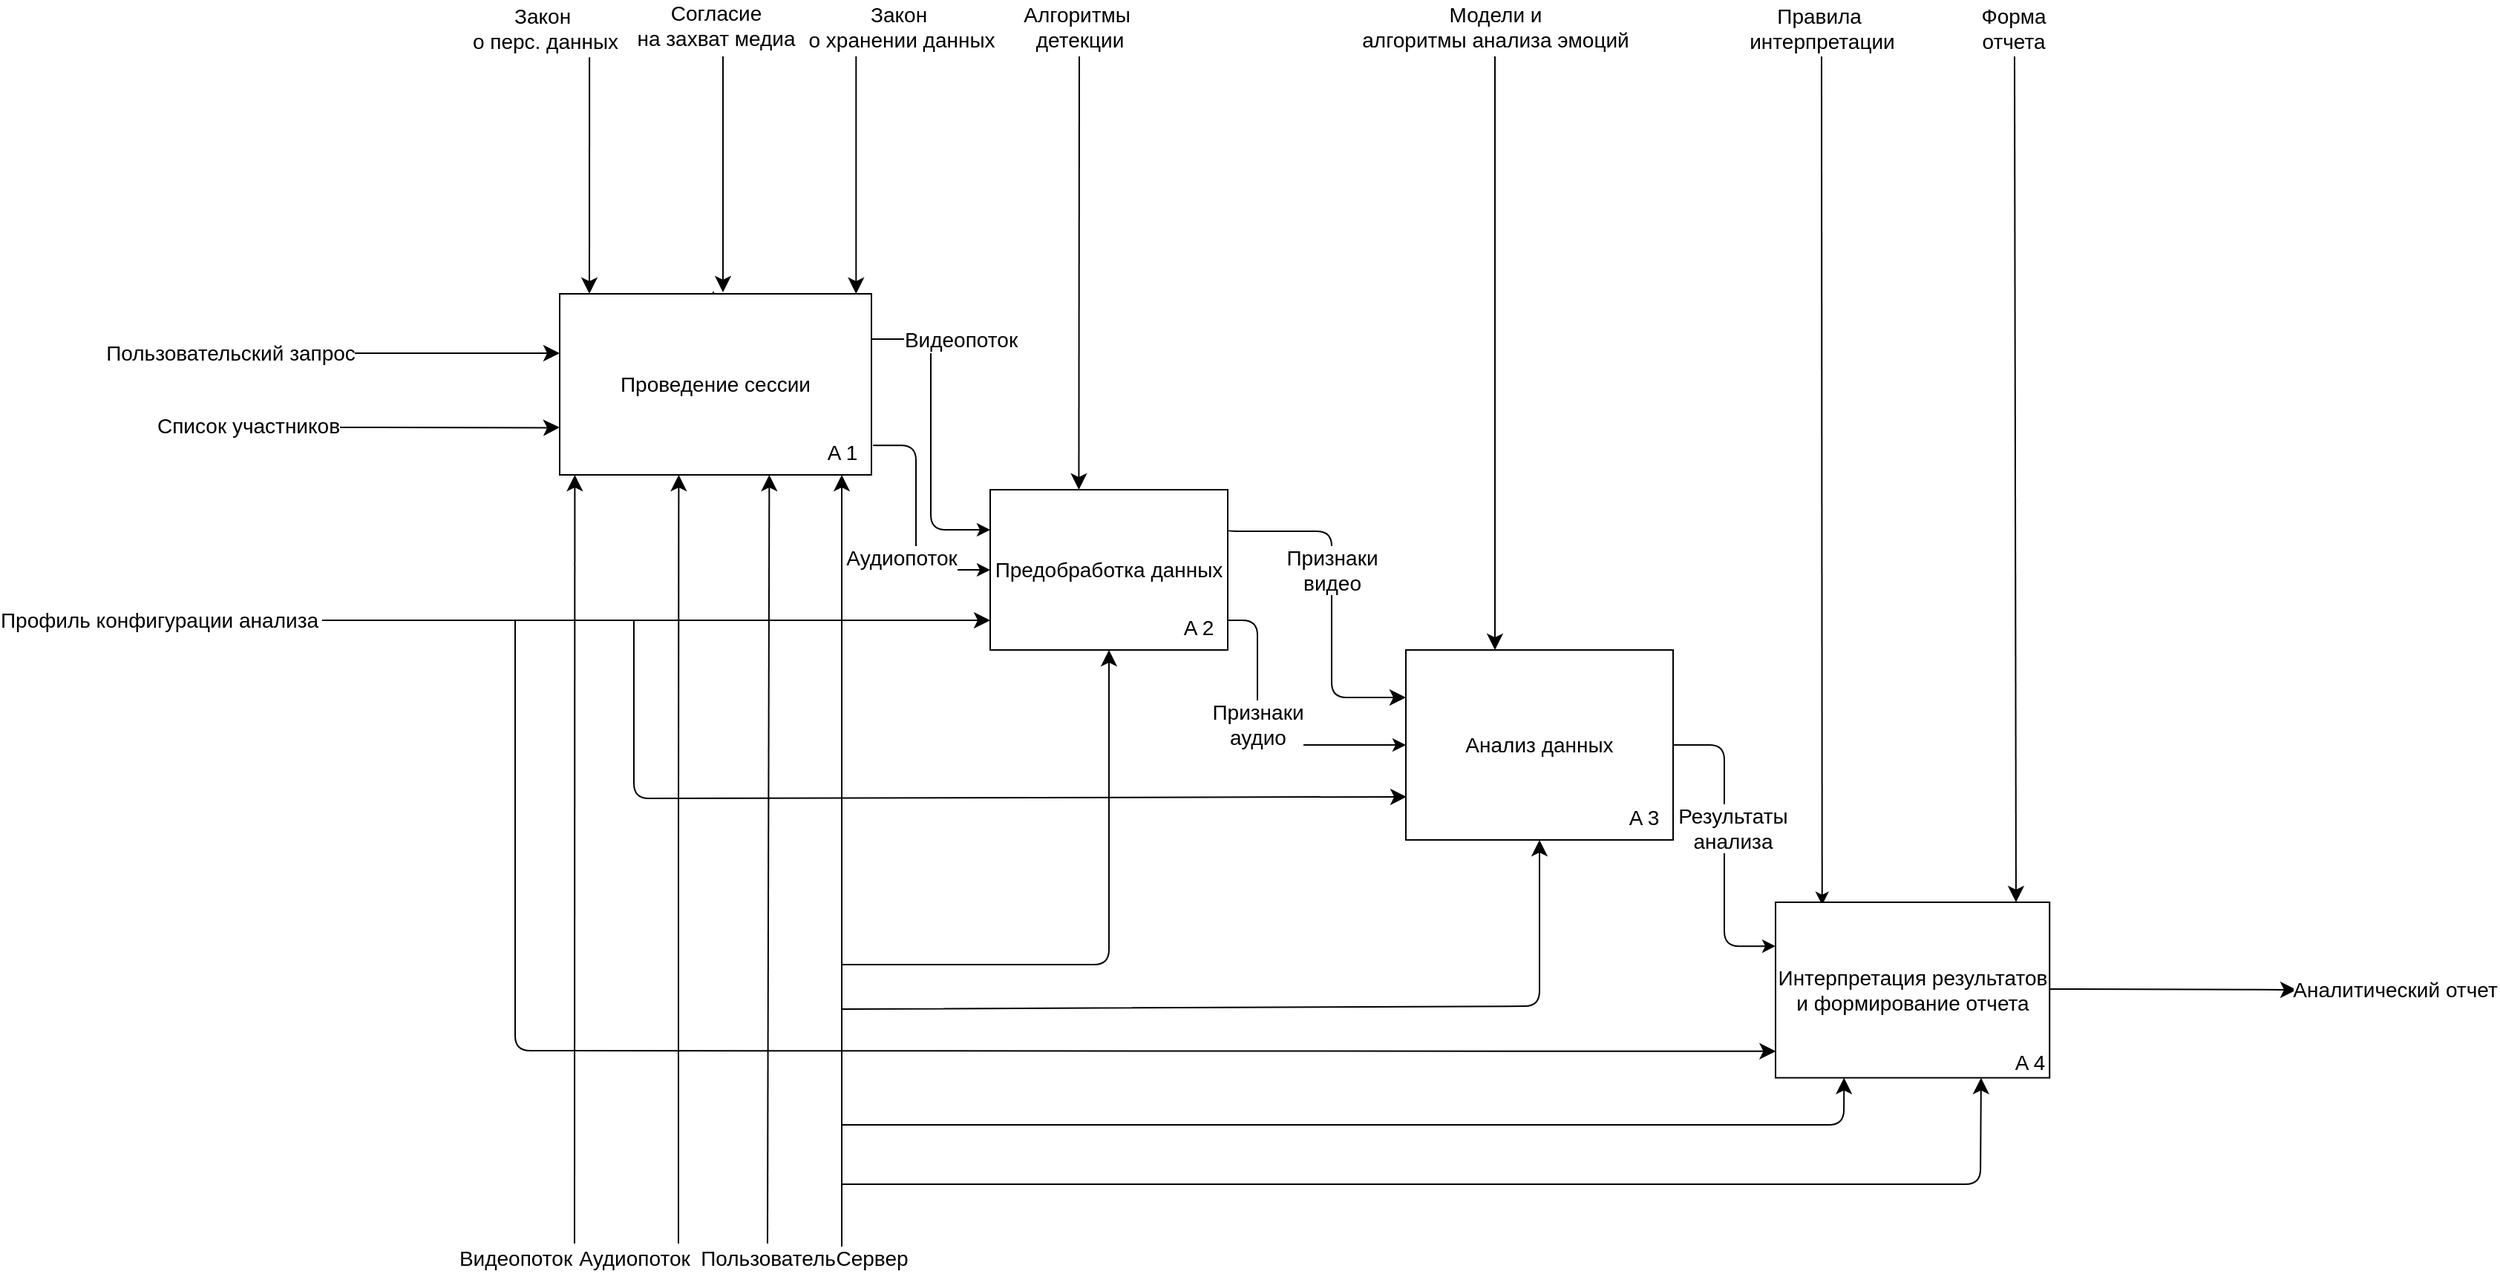
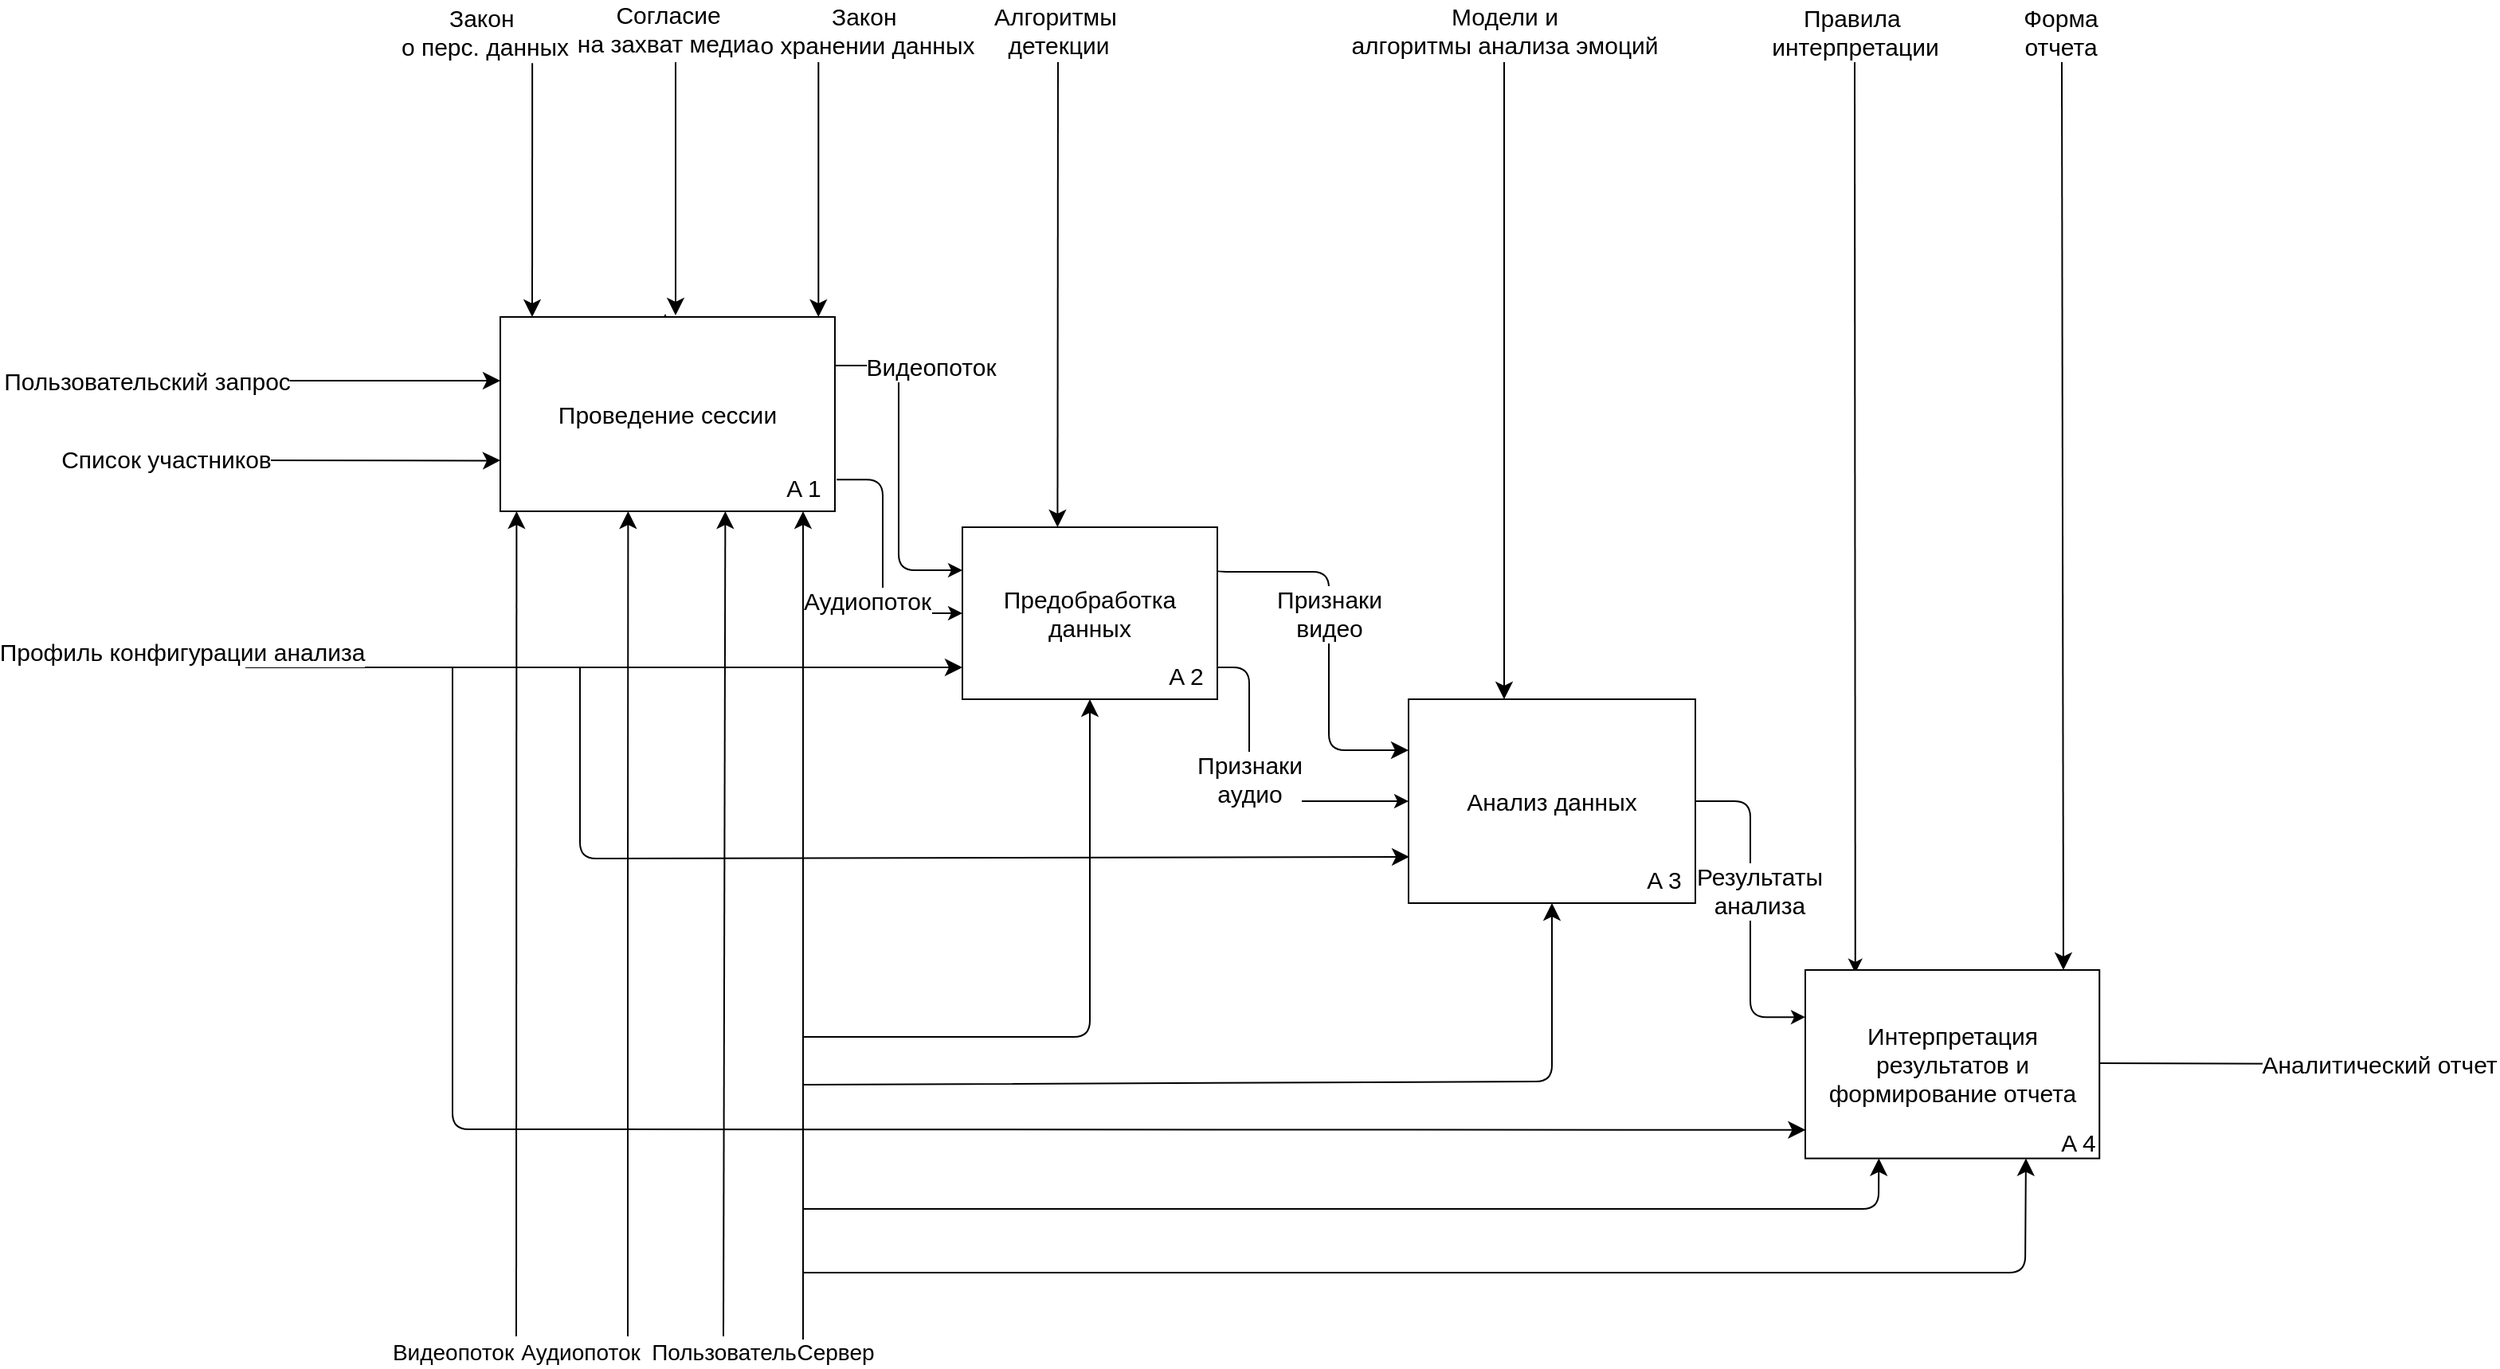
<mxfile host="Electron" agent="Mozilla/5.0 (Windows NT 10.0; Win64; x64) AppleWebKit/537.36 (KHTML, like Gecko) draw.io/26.1.1 Chrome/132.0.6834.210 Electron/34.3.3 Safari/537.36" version="26.1.1">
  <diagram name="Страница — 1" id="sfJU7rO1eh5xjK_bOhpz">
-     <mxGraphModel dx="2093" dy="1710" grid="1" gridSize="10" guides="1" tooltips="1" connect="1" arrows="1" fold="1" page="1" pageScale="1" pageWidth="1169" pageHeight="827" background="none" math="0" shadow="0">
+     <mxGraphModel dx="3684" dy="2016" grid="1" gridSize="10" guides="1" tooltips="1" connect="1" arrows="1" fold="1" page="1" pageScale="1" pageWidth="1169" pageHeight="827" background="none" math="0" shadow="0">
      <root>
        <mxCell id="0" />
        <mxCell id="1" parent="0" />
-         <mxCell id="QJgxYdJG31bt_WDNX99F-14" value="" style="endArrow=classic;html=1;rounded=1;fontSize=14;startSize=8;endSize=8;curved=0;entryX=0.25;entryY=1;entryDx=0;entryDy=0;" parent="1" target="Yid5siqUeThbqoJiRsRe-4" edge="1">
+         <mxCell id="QJgxYdJG31bt_WDNX99F-14" value="" style="endArrow=classic;html=1;rounded=1;fontSize=13;startSize=8;endSize=8;curved=0;entryX=0.25;entryY=1;entryDx=0;entryDy=0;" parent="1" target="Yid5siqUeThbqoJiRsRe-4" edge="1">
          <mxGeometry width="50" height="50" relative="1" as="geometry">
            <Array as="points">
              <mxPoint x="1015" y="720" />
            </Array>
            <mxPoint x="340" y="720" as="sourcePoint" />
            <mxPoint x="870" y="540" as="targetPoint" />
          </mxGeometry>
        </mxCell>
-         <mxCell id="7suAvj7ZXvHprjDaOKCh-16" value="&lt;div&gt;Видеопоток&lt;/div&gt;" style="rounded=1;orthogonalLoop=1;jettySize=auto;html=1;entryX=0;entryY=0.25;entryDx=0;entryDy=0;exitX=1;exitY=0.25;exitDx=0;exitDy=0;edgeStyle=orthogonalEdgeStyle;curved=0;fontSize=14;" parent="1" source="Yid5siqUeThbqoJiRsRe-1" target="Yid5siqUeThbqoJiRsRe-2" edge="1">
+         <mxCell id="7suAvj7ZXvHprjDaOKCh-16" value="&lt;div&gt;Видеопоток&lt;/div&gt;" style="rounded=1;orthogonalLoop=1;jettySize=auto;html=1;entryX=0;entryY=0.25;entryDx=0;entryDy=0;exitX=1;exitY=0.25;exitDx=0;exitDy=0;edgeStyle=orthogonalEdgeStyle;curved=0;fontSize=15;" parent="1" source="Yid5siqUeThbqoJiRsRe-1" target="Yid5siqUeThbqoJiRsRe-2" edge="1">
          <mxGeometry x="-0.4074" y="30" relative="1" as="geometry">
            <mxPoint x="-10" y="-22" as="offset" />
            <mxPoint x="350" y="453.99" as="sourcePoint" />
          </mxGeometry>
        </mxCell>
-         <mxCell id="Yid5siqUeThbqoJiRsRe-13" value="Признаки&lt;div&gt;видео&lt;/div&gt;" style="edgeStyle=orthogonalEdgeStyle;rounded=1;orthogonalLoop=1;jettySize=auto;html=1;fontSize=14;startSize=8;endSize=8;entryX=0;entryY=0.25;entryDx=0;entryDy=0;curved=0;exitX=1;exitY=0.25;exitDx=0;exitDy=0;" parent="1" source="Yid5siqUeThbqoJiRsRe-2" target="Yid5siqUeThbqoJiRsRe-3" edge="1">
+         <mxCell id="Yid5siqUeThbqoJiRsRe-13" value="Признаки&lt;div&gt;видео&lt;/div&gt;" style="edgeStyle=orthogonalEdgeStyle;rounded=1;orthogonalLoop=1;jettySize=auto;html=1;fontSize=15;startSize=8;endSize=8;entryX=0;entryY=0.25;entryDx=0;entryDy=0;curved=0;exitX=1;exitY=0.25;exitDx=0;exitDy=0;" parent="1" source="Yid5siqUeThbqoJiRsRe-2" target="Yid5siqUeThbqoJiRsRe-3" edge="1">
          <mxGeometry x="-0.1675" relative="1" as="geometry">
            <mxPoint as="offset" />
            <Array as="points">
              <mxPoint x="600" y="320" />
              <mxPoint x="670" y="320" />
              <mxPoint x="670" y="432" />
            </Array>
            <mxPoint x="645" y="322" as="targetPoint" />
          </mxGeometry>
        </mxCell>
-         <mxCell id="7suAvj7ZXvHprjDaOKCh-17" value="&lt;div&gt;&lt;br&gt;&lt;/div&gt;&lt;div&gt;&lt;br&gt;&lt;/div&gt;" style="edgeLabel;html=1;align=center;verticalAlign=middle;resizable=0;points=[];fontSize=14;" parent="Yid5siqUeThbqoJiRsRe-13" connectable="0" vertex="1">
+         <mxCell id="7suAvj7ZXvHprjDaOKCh-17" value="&lt;div&gt;&lt;br&gt;&lt;/div&gt;&lt;div&gt;&lt;br&gt;&lt;/div&gt;" style="edgeLabel;html=1;align=center;verticalAlign=middle;resizable=0;points=[];fontSize=15;" parent="Yid5siqUeThbqoJiRsRe-13" connectable="0" vertex="1">
          <mxGeometry x="-0.5652" y="3" relative="1" as="geometry">
            <mxPoint as="offset" />
          </mxGeometry>
        </mxCell>
-         <mxCell id="iEiikB1BtihOXbAwp5xS-29" style="edgeStyle=orthogonalEdgeStyle;rounded=1;orthogonalLoop=1;jettySize=auto;html=1;entryX=0;entryY=0.5;entryDx=0;entryDy=0;curved=0;fontSize=14;" parent="1" source="Yid5siqUeThbqoJiRsRe-2" target="Yid5siqUeThbqoJiRsRe-3" edge="1">
+         <mxCell id="iEiikB1BtihOXbAwp5xS-29" style="edgeStyle=orthogonalEdgeStyle;rounded=1;orthogonalLoop=1;jettySize=auto;html=1;entryX=0;entryY=0.5;entryDx=0;entryDy=0;curved=0;fontSize=15;" parent="1" source="Yid5siqUeThbqoJiRsRe-2" target="Yid5siqUeThbqoJiRsRe-3" edge="1">
          <mxGeometry relative="1" as="geometry">
            <Array as="points">
              <mxPoint x="620" y="380" />
              <mxPoint x="620" y="464" />
            </Array>
          </mxGeometry>
        </mxCell>
-         <mxCell id="iEiikB1BtihOXbAwp5xS-30" value="Признаки&lt;div&gt;аудио&lt;/div&gt;" style="edgeLabel;html=1;align=center;verticalAlign=middle;resizable=0;points=[];fontSize=14;" parent="iEiikB1BtihOXbAwp5xS-29" connectable="0" vertex="1">
+         <mxCell id="iEiikB1BtihOXbAwp5xS-30" value="Признаки&lt;div&gt;аудио&lt;/div&gt;" style="edgeLabel;html=1;align=center;verticalAlign=middle;resizable=0;points=[];fontSize=15;" parent="iEiikB1BtihOXbAwp5xS-29" connectable="0" vertex="1">
          <mxGeometry x="-0.1429" y="-1" relative="1" as="geometry">
            <mxPoint x="1" y="2" as="offset" />
          </mxGeometry>
        </mxCell>
-         <mxCell id="Yid5siqUeThbqoJiRsRe-2" value="Предобработка данных" style="rounded=0;whiteSpace=wrap;html=1;fontSize=14;" parent="1" vertex="1">
+         <mxCell id="Yid5siqUeThbqoJiRsRe-2" value="Предобработка данных" style="rounded=0;whiteSpace=wrap;html=1;fontSize=15;" parent="1" vertex="1">
          <mxGeometry x="440" y="292" width="160" height="108" as="geometry" />
        </mxCell>
-         <mxCell id="RPZVLaWEsbQdXPQ-d9ub-1" value="&lt;font&gt;Результаты&lt;/font&gt;&lt;div&gt;&lt;font&gt;анализа&lt;/font&gt;&lt;/div&gt;" style="edgeStyle=orthogonalEdgeStyle;rounded=1;orthogonalLoop=1;jettySize=auto;html=1;entryX=0;entryY=0.25;entryDx=0;entryDy=0;curved=0;fontSize=14;exitX=1;exitY=0.5;exitDx=0;exitDy=0;" parent="1" source="Yid5siqUeThbqoJiRsRe-3" target="Yid5siqUeThbqoJiRsRe-4" edge="1">
+         <mxCell id="RPZVLaWEsbQdXPQ-d9ub-1" value="&lt;font&gt;Результаты&lt;/font&gt;&lt;div&gt;&lt;font&gt;анализа&lt;/font&gt;&lt;/div&gt;" style="edgeStyle=orthogonalEdgeStyle;rounded=1;orthogonalLoop=1;jettySize=auto;html=1;entryX=0;entryY=0.25;entryDx=0;entryDy=0;curved=0;fontSize=15;exitX=1;exitY=0.5;exitDx=0;exitDy=0;" parent="1" source="Yid5siqUeThbqoJiRsRe-3" target="Yid5siqUeThbqoJiRsRe-4" edge="1">
          <mxGeometry x="-0.1155" y="5" relative="1" as="geometry">
            <mxPoint as="offset" />
            <mxPoint x="880" y="510" as="sourcePoint" />
          </mxGeometry>
        </mxCell>
-         <mxCell id="iEiikB1BtihOXbAwp5xS-12" style="rounded=1;orthogonalLoop=1;jettySize=auto;html=1;entryX=0.17;entryY=0.016;entryDx=0;entryDy=0;entryPerimeter=0;fontSize=14;" parent="1" target="Yid5siqUeThbqoJiRsRe-4" edge="1">
+         <mxCell id="iEiikB1BtihOXbAwp5xS-12" style="rounded=1;orthogonalLoop=1;jettySize=auto;html=1;entryX=0.17;entryY=0.016;entryDx=0;entryDy=0;entryPerimeter=0;fontSize=15;" parent="1" target="Yid5siqUeThbqoJiRsRe-4" edge="1">
          <mxGeometry relative="1" as="geometry">
            <mxPoint x="1000" as="sourcePoint" />
            <mxPoint x="880" y="512" as="targetPoint" />
          </mxGeometry>
        </mxCell>
-         <mxCell id="iEiikB1BtihOXbAwp5xS-13" value="Правила&amp;nbsp;&lt;div&gt;интерпретации&lt;/div&gt;" style="edgeLabel;html=1;align=center;verticalAlign=middle;resizable=0;points=[];fontSize=14;" parent="iEiikB1BtihOXbAwp5xS-12" connectable="0" vertex="1">
+         <mxCell id="iEiikB1BtihOXbAwp5xS-13" value="Правила&amp;nbsp;&lt;div&gt;интерпретации&lt;/div&gt;" style="edgeLabel;html=1;align=center;verticalAlign=middle;resizable=0;points=[];fontSize=15;" parent="iEiikB1BtihOXbAwp5xS-12" connectable="0" vertex="1">
          <mxGeometry x="0.1583" y="-3" relative="1" as="geometry">
            <mxPoint x="3" y="-350" as="offset" />
          </mxGeometry>
        </mxCell>
-         <mxCell id="Yid5siqUeThbqoJiRsRe-3" value="Анализ данных" style="rounded=0;whiteSpace=wrap;html=1;fontSize=14;" parent="1" vertex="1">
+         <mxCell id="Yid5siqUeThbqoJiRsRe-3" value="Анализ данных" style="rounded=0;whiteSpace=wrap;html=1;fontSize=15;" parent="1" vertex="1">
          <mxGeometry x="720" y="400" width="180" height="128" as="geometry" />
        </mxCell>
-         <mxCell id="Yid5siqUeThbqoJiRsRe-20" value="" style="endArrow=classic;html=1;rounded=0;fontSize=14;startSize=8;endSize=8;entryX=0.145;entryY=1.021;entryDx=0;entryDy=0;entryPerimeter=0;" parent="1" edge="1">
+         <mxCell id="Yid5siqUeThbqoJiRsRe-20" value="" style="endArrow=classic;html=1;rounded=0;fontSize=13;startSize=8;endSize=8;entryX=0.145;entryY=1.021;entryDx=0;entryDy=0;entryPerimeter=0;" parent="1" edge="1">
          <mxGeometry width="50" height="50" relative="1" as="geometry">
            <mxPoint x="160" y="800" as="sourcePoint" />
            <mxPoint x="160.19999999999982" y="282.0019999999999" as="targetPoint" />
          </mxGeometry>
        </mxCell>
        <mxCell id="Yid5siqUeThbqoJiRsRe-21" value="&lt;div&gt;Видеопоток&lt;/div&gt;" style="edgeLabel;html=1;align=center;verticalAlign=middle;resizable=0;points=[];fontSize=14;rotation=0;" parent="Yid5siqUeThbqoJiRsRe-20" connectable="0" vertex="1">
          <mxGeometry x="-0.0971" y="-1" relative="1" as="geometry">
            <mxPoint x="-41" y="244" as="offset" />
          </mxGeometry>
        </mxCell>
-         <mxCell id="7suAvj7ZXvHprjDaOKCh-14" value="" style="endArrow=classic;html=1;rounded=0;fontSize=14;startSize=8;endSize=8;curved=1;entryX=0.75;entryY=0;entryDx=0;entryDy=0;" parent="1" edge="1">
+         <mxCell id="7suAvj7ZXvHprjDaOKCh-14" value="" style="endArrow=classic;html=1;rounded=0;fontSize=15;startSize=8;endSize=8;curved=1;entryX=0.75;entryY=0;entryDx=0;entryDy=0;" parent="1" edge="1">
          <mxGeometry width="50" height="50" relative="1" as="geometry">
            <mxPoint x="500" as="sourcePoint" />
            <mxPoint x="499.71" y="292" as="targetPoint" />
          </mxGeometry>
        </mxCell>
-         <mxCell id="7suAvj7ZXvHprjDaOKCh-15" value="&lt;div&gt;Алгоритмы&amp;nbsp;&lt;/div&gt;&lt;div&gt;детекции&lt;/div&gt;" style="edgeLabel;html=1;align=center;verticalAlign=middle;resizable=0;points=[];fontSize=14;rotation=0;" parent="7suAvj7ZXvHprjDaOKCh-14" connectable="0" vertex="1">
+         <mxCell id="7suAvj7ZXvHprjDaOKCh-15" value="&lt;div&gt;Алгоритмы&amp;nbsp;&lt;/div&gt;&lt;div&gt;детекции&lt;/div&gt;" style="edgeLabel;html=1;align=center;verticalAlign=middle;resizable=0;points=[];fontSize=15;rotation=0;" parent="7suAvj7ZXvHprjDaOKCh-14" connectable="0" vertex="1">
          <mxGeometry x="-0.0971" y="-1" relative="1" as="geometry">
            <mxPoint x="1" y="-152" as="offset" />
          </mxGeometry>
        </mxCell>
-         <mxCell id="RPZVLaWEsbQdXPQ-d9ub-2" value="" style="endArrow=classic;html=1;rounded=0;fontSize=14;startSize=8;endSize=8;curved=1;entryX=0.841;entryY=1.033;entryDx=0;entryDy=0;entryPerimeter=0;" parent="1" edge="1">
+         <mxCell id="RPZVLaWEsbQdXPQ-d9ub-2" value="" style="endArrow=classic;html=1;rounded=0;fontSize=13;startSize=8;endSize=8;curved=1;entryX=0.841;entryY=1.033;entryDx=0;entryDy=0;entryPerimeter=0;" parent="1" edge="1">
          <mxGeometry width="50" height="50" relative="1" as="geometry">
            <Array as="points">
              <mxPoint x="290.62" y="616.04" />
            </Array>
            <mxPoint x="290" y="800" as="sourcePoint" />
            <mxPoint x="291.1899999999996" y="282" as="targetPoint" />
          </mxGeometry>
        </mxCell>
        <mxCell id="RPZVLaWEsbQdXPQ-d9ub-3" value="Пользователь" style="edgeLabel;html=1;align=center;verticalAlign=middle;resizable=0;points=[];fontSize=14;rotation=0;" parent="RPZVLaWEsbQdXPQ-d9ub-2" connectable="0" vertex="1">
          <mxGeometry x="-0.0971" y="-1" relative="1" as="geometry">
            <mxPoint x="-2" y="244" as="offset" />
          </mxGeometry>
        </mxCell>
-         <mxCell id="iEiikB1BtihOXbAwp5xS-27" style="edgeStyle=orthogonalEdgeStyle;rounded=1;orthogonalLoop=1;jettySize=auto;html=1;entryX=0;entryY=0.5;entryDx=0;entryDy=0;curved=0;exitX=1.005;exitY=0.837;exitDx=0;exitDy=0;exitPerimeter=0;fontSize=14;" parent="1" source="Yid5siqUeThbqoJiRsRe-1" target="Yid5siqUeThbqoJiRsRe-2" edge="1">
+         <mxCell id="iEiikB1BtihOXbAwp5xS-27" style="edgeStyle=orthogonalEdgeStyle;rounded=1;orthogonalLoop=1;jettySize=auto;html=1;entryX=0;entryY=0.5;entryDx=0;entryDy=0;curved=0;exitX=1.005;exitY=0.837;exitDx=0;exitDy=0;exitPerimeter=0;fontSize=15;" parent="1" source="Yid5siqUeThbqoJiRsRe-1" target="Yid5siqUeThbqoJiRsRe-2" edge="1">
          <mxGeometry relative="1" as="geometry">
            <Array as="points">
              <mxPoint x="390" y="262" />
              <mxPoint x="390" y="346" />
            </Array>
          </mxGeometry>
        </mxCell>
-         <mxCell id="iEiikB1BtihOXbAwp5xS-28" value="Аудиопоток" style="edgeLabel;html=1;align=center;verticalAlign=middle;resizable=0;points=[];fontSize=14;" parent="iEiikB1BtihOXbAwp5xS-27" connectable="0" vertex="1">
+         <mxCell id="iEiikB1BtihOXbAwp5xS-28" value="Аудиопоток" style="edgeLabel;html=1;align=center;verticalAlign=middle;resizable=0;points=[];fontSize=15;" parent="iEiikB1BtihOXbAwp5xS-27" connectable="0" vertex="1">
          <mxGeometry x="0.135" relative="1" as="geometry">
            <mxPoint x="-10" y="12" as="offset" />
          </mxGeometry>
        </mxCell>
-         <mxCell id="qFXkCC1A_1py9Se5rakg-1" value="" style="endArrow=classic;html=1;rounded=0;fontSize=14;startSize=8;endSize=8;curved=1;" parent="1" edge="1">
+         <mxCell id="qFXkCC1A_1py9Se5rakg-1" value="" style="endArrow=classic;html=1;rounded=0;fontSize=15;startSize=8;endSize=8;curved=1;" parent="1" edge="1">
          <mxGeometry width="50" height="50" relative="1" as="geometry">
            <mxPoint x="780" as="sourcePoint" />
            <mxPoint x="780" y="400" as="targetPoint" />
          </mxGeometry>
        </mxCell>
-         <mxCell id="qFXkCC1A_1py9Se5rakg-2" value="Модели&amp;nbsp;&lt;span style=&quot;background-color: light-dark(#ffffff, var(--ge-dark-color, #121212)); color: light-dark(rgb(0, 0, 0), rgb(255, 255, 255));&quot;&gt;и&lt;/span&gt;&lt;div&gt;&lt;span style=&quot;background-color: light-dark(#ffffff, var(--ge-dark-color, #121212)); color: light-dark(rgb(0, 0, 0), rgb(255, 255, 255));&quot;&gt;&amp;nbsp;алгоритмы анализа эмоций&amp;nbsp;&lt;/span&gt;&lt;/div&gt;" style="edgeLabel;html=1;align=center;verticalAlign=middle;resizable=0;points=[];fontSize=14;rotation=0;" parent="qFXkCC1A_1py9Se5rakg-1" connectable="0" vertex="1">
+         <mxCell id="qFXkCC1A_1py9Se5rakg-2" value="Модели&amp;nbsp;&lt;span style=&quot;background-color: light-dark(#ffffff, var(--ge-dark-color, #121212)); color: light-dark(rgb(0, 0, 0), rgb(255, 255, 255));&quot;&gt;и&lt;/span&gt;&lt;div&gt;&lt;span style=&quot;background-color: light-dark(#ffffff, var(--ge-dark-color, #121212)); color: light-dark(rgb(0, 0, 0), rgb(255, 255, 255));&quot;&gt;&amp;nbsp;алгоритмы анализа эмоций&amp;nbsp;&lt;/span&gt;&lt;/div&gt;" style="edgeLabel;html=1;align=center;verticalAlign=middle;resizable=0;points=[];fontSize=15;rotation=0;" parent="qFXkCC1A_1py9Se5rakg-1" connectable="0" vertex="1">
          <mxGeometry x="-0.0971" y="-1" relative="1" as="geometry">
            <mxPoint x="1" y="-201" as="offset" />
          </mxGeometry>
        </mxCell>
-         <mxCell id="QJgxYdJG31bt_WDNX99F-1" value="" style="endArrow=classic;html=1;rounded=1;fontSize=14;startSize=8;endSize=8;curved=0;entryX=0.5;entryY=1;entryDx=0;entryDy=0;" parent="1" target="Yid5siqUeThbqoJiRsRe-2" edge="1">
+         <mxCell id="QJgxYdJG31bt_WDNX99F-1" value="" style="endArrow=classic;html=1;rounded=1;fontSize=15;startSize=8;endSize=8;curved=0;entryX=0.5;entryY=1;entryDx=0;entryDy=0;" parent="1" target="Yid5siqUeThbqoJiRsRe-2" edge="1">
          <mxGeometry width="50" height="50" relative="1" as="geometry">
            <Array as="points">
              <mxPoint x="520" y="612" />
            </Array>
            <mxPoint x="340" y="612" as="sourcePoint" />
            <mxPoint x="520" y="542" as="targetPoint" />
          </mxGeometry>
        </mxCell>
-         <mxCell id="QJgxYdJG31bt_WDNX99F-2" value="" style="endArrow=classic;html=1;rounded=0;fontSize=14;startSize=8;endSize=8;" parent="1" edge="1">
+         <mxCell id="QJgxYdJG31bt_WDNX99F-2" value="" style="endArrow=classic;html=1;rounded=0;fontSize=13;startSize=8;endSize=8;" parent="1" edge="1">
          <mxGeometry width="50" height="50" relative="1" as="geometry">
            <mxPoint x="340" y="802" as="sourcePoint" />
            <mxPoint x="340" y="282" as="targetPoint" />
          </mxGeometry>
        </mxCell>
        <mxCell id="QJgxYdJG31bt_WDNX99F-3" value="Сервер" style="edgeLabel;html=1;align=center;verticalAlign=middle;resizable=0;points=[];fontSize=14;rotation=0;" parent="QJgxYdJG31bt_WDNX99F-2" connectable="0" vertex="1">
          <mxGeometry x="-0.0971" y="-1" relative="1" as="geometry">
            <mxPoint x="19" y="243" as="offset" />
          </mxGeometry>
        </mxCell>
-         <mxCell id="QJgxYdJG31bt_WDNX99F-4" value="" style="endArrow=classic;html=1;rounded=1;fontSize=14;startSize=8;endSize=8;curved=0;entryX=0.5;entryY=1;entryDx=0;entryDy=0;" parent="1" target="Yid5siqUeThbqoJiRsRe-3" edge="1">
+         <mxCell id="QJgxYdJG31bt_WDNX99F-4" value="" style="endArrow=classic;html=1;rounded=1;fontSize=15;startSize=8;endSize=8;curved=0;entryX=0.5;entryY=1;entryDx=0;entryDy=0;" parent="1" target="Yid5siqUeThbqoJiRsRe-3" edge="1">
          <mxGeometry width="50" height="50" relative="1" as="geometry">
            <Array as="points">
              <mxPoint x="810" y="640" />
            </Array>
            <mxPoint x="340" y="642" as="sourcePoint" />
            <mxPoint x="650" y="643" as="targetPoint" />
          </mxGeometry>
        </mxCell>
-         <mxCell id="QJgxYdJG31bt_WDNX99F-6" value="" style="edgeStyle=none;curved=1;rounded=0;orthogonalLoop=1;jettySize=auto;html=1;fontSize=14;startSize=8;endSize=8;exitX=0.996;exitY=0.682;exitDx=0;exitDy=0;exitPerimeter=0;" parent="1" edge="1">
+         <mxCell id="QJgxYdJG31bt_WDNX99F-6" value="" style="edgeStyle=none;curved=1;rounded=0;orthogonalLoop=1;jettySize=auto;html=1;fontSize=15;startSize=8;endSize=8;exitX=0.996;exitY=0.682;exitDx=0;exitDy=0;exitPerimeter=0;" parent="1" edge="1">
          <mxGeometry relative="1" as="geometry">
            <mxPoint x="1153.62" y="628.4799999999999" as="sourcePoint" />
            <mxPoint x="1320" y="629" as="targetPoint" />
          </mxGeometry>
        </mxCell>
-         <mxCell id="QJgxYdJG31bt_WDNX99F-7" value="&lt;font&gt;Аналитический отчет&lt;/font&gt;" style="edgeLabel;html=1;align=center;verticalAlign=middle;resizable=0;points=[];fontSize=14;" parent="QJgxYdJG31bt_WDNX99F-6" connectable="0" vertex="1">
+         <mxCell id="QJgxYdJG31bt_WDNX99F-7" value="&lt;font&gt;Аналитический отчет&lt;/font&gt;" style="edgeLabel;html=1;align=center;verticalAlign=middle;resizable=0;points=[];fontSize=15;" parent="QJgxYdJG31bt_WDNX99F-6" connectable="0" vertex="1">
          <mxGeometry x="-0.1977" relative="1" as="geometry">
-             <mxPoint x="166" as="offset" />
-           </mxGeometry>
-         </mxCell>
-         <mxCell id="QJgxYdJG31bt_WDNX99F-9" value="&lt;div style=&quot;line-height: 90%;&quot;&gt;&lt;font&gt;A 2&lt;/font&gt;&lt;/div&gt;" style="text;html=1;align=center;verticalAlign=middle;resizable=0;points=[];autosize=1;strokeColor=none;fillColor=none;fontSize=14;" parent="1" vertex="1">
-           <mxGeometry x="560" y="370" width="40" height="30" as="geometry" />
-         </mxCell>
-         <mxCell id="QJgxYdJG31bt_WDNX99F-11" value="&lt;div style=&quot;line-height: 90%;&quot;&gt;&lt;font&gt;A 3&lt;/font&gt;&lt;/div&gt;" style="text;html=1;align=center;verticalAlign=middle;resizable=0;points=[];autosize=1;strokeColor=none;fillColor=none;fontSize=14;" parent="1" vertex="1">
-           <mxGeometry x="860" y="498" width="40" height="30" as="geometry" />
-         </mxCell>
-         <mxCell id="QJgxYdJG31bt_WDNX99F-13" value="" style="endArrow=classic;html=1;rounded=1;fontSize=14;startSize=8;endSize=8;curved=0;entryX=0.75;entryY=1;entryDx=0;entryDy=0;jumpStyle=none;jumpSize=14;" parent="1" target="Yid5siqUeThbqoJiRsRe-4" edge="1">
+             <mxPoint x="109" as="offset" />
+           </mxGeometry>
+         </mxCell>
+         <mxCell id="QJgxYdJG31bt_WDNX99F-9" value="&lt;div style=&quot;line-height: 90%;&quot;&gt;&lt;font&gt;A 2&lt;/font&gt;&lt;/div&gt;" style="text;html=1;align=center;verticalAlign=middle;resizable=0;points=[];autosize=1;strokeColor=none;fillColor=none;fontSize=15;" parent="1" vertex="1">
+           <mxGeometry x="555" y="370" width="50" height="30" as="geometry" />
+         </mxCell>
+         <mxCell id="QJgxYdJG31bt_WDNX99F-11" value="&lt;div style=&quot;line-height: 90%;&quot;&gt;&lt;font&gt;A 3&lt;/font&gt;&lt;/div&gt;" style="text;html=1;align=center;verticalAlign=middle;resizable=0;points=[];autosize=1;strokeColor=none;fillColor=none;fontSize=15;" parent="1" vertex="1">
+           <mxGeometry x="855" y="498" width="50" height="30" as="geometry" />
+         </mxCell>
+         <mxCell id="QJgxYdJG31bt_WDNX99F-13" value="" style="endArrow=classic;html=1;rounded=1;fontSize=13;startSize=8;endSize=8;curved=0;entryX=0.75;entryY=1;entryDx=0;entryDy=0;jumpStyle=none;jumpSize=14;" parent="1" target="Yid5siqUeThbqoJiRsRe-4" edge="1">
          <mxGeometry width="50" height="50" relative="1" as="geometry">
            <Array as="points">
              <mxPoint x="630" y="760" />
              <mxPoint x="1107" y="760" />
            </Array>
            <mxPoint x="340" y="760" as="sourcePoint" />
            <mxPoint x="340" y="282" as="targetPoint" />
          </mxGeometry>
        </mxCell>
-         <mxCell id="Q5g8zGVJZz3ApTu8SgMN-4" value="" style="endArrow=classic;html=1;rounded=0;fontSize=14;startSize=8;endSize=8;curved=1;entryX=0.832;entryY=0.007;entryDx=0;entryDy=0;entryPerimeter=0;" parent="1" edge="1">
+         <mxCell id="Q5g8zGVJZz3ApTu8SgMN-4" value="" style="endArrow=classic;html=1;rounded=0;fontSize=15;startSize=8;endSize=8;curved=1;entryX=0.832;entryY=0.007;entryDx=0;entryDy=0;entryPerimeter=0;" parent="1" edge="1">
          <mxGeometry width="50" height="50" relative="1" as="geometry">
            <Array as="points" />
            <mxPoint x="1130" as="sourcePoint" />
            <mxPoint x="1131" y="569.9999999999995" as="targetPoint" />
          </mxGeometry>
        </mxCell>
-         <mxCell id="Q5g8zGVJZz3ApTu8SgMN-5" value="&lt;div&gt;Форма&lt;/div&gt;&lt;div&gt;отчета&lt;/div&gt;" style="edgeLabel;html=1;align=center;verticalAlign=middle;resizable=0;points=[];fontSize=14;rotation=0;" parent="Q5g8zGVJZz3ApTu8SgMN-4" connectable="0" vertex="1">
+         <mxCell id="Q5g8zGVJZz3ApTu8SgMN-5" value="&lt;div&gt;Форма&lt;/div&gt;&lt;div&gt;отчета&lt;/div&gt;" style="edgeLabel;html=1;align=center;verticalAlign=middle;resizable=0;points=[];fontSize=15;rotation=0;" parent="Q5g8zGVJZz3ApTu8SgMN-4" connectable="0" vertex="1">
          <mxGeometry x="-0.0971" y="-1" relative="1" as="geometry">
            <mxPoint x="-1" y="-277" as="offset" />
          </mxGeometry>
        </mxCell>
-         <mxCell id="7NmsUvrqBEg9WYV381NQ-4" value="" style="endArrow=classic;html=1;rounded=1;fontSize=14;startSize=8;endSize=8;curved=0;entryX=0.003;entryY=0.773;entryDx=0;entryDy=0;entryPerimeter=0;" parent="1" target="Yid5siqUeThbqoJiRsRe-3" edge="1">
+         <mxCell id="7NmsUvrqBEg9WYV381NQ-4" value="" style="endArrow=classic;html=1;rounded=1;fontSize=15;startSize=8;endSize=8;curved=0;entryX=0.003;entryY=0.773;entryDx=0;entryDy=0;entryPerimeter=0;" parent="1" target="Yid5siqUeThbqoJiRsRe-3" edge="1">
          <mxGeometry width="50" height="50" relative="1" as="geometry">
            <Array as="points">
              <mxPoint x="200" y="500" />
            </Array>
            <mxPoint x="200" y="380" as="sourcePoint" />
            <mxPoint x="585" y="437.00000000000045" as="targetPoint" />
          </mxGeometry>
        </mxCell>
-         <mxCell id="7NmsUvrqBEg9WYV381NQ-6" value="" style="endArrow=classic;html=1;rounded=1;fontSize=14;startSize=8;endSize=8;curved=0;entryX=0.001;entryY=0.849;entryDx=0;entryDy=0;entryPerimeter=0;" parent="1" target="Yid5siqUeThbqoJiRsRe-4" edge="1">
+         <mxCell id="7NmsUvrqBEg9WYV381NQ-6" value="" style="endArrow=classic;html=1;rounded=1;fontSize=15;startSize=8;endSize=8;curved=0;entryX=0.001;entryY=0.849;entryDx=0;entryDy=0;entryPerimeter=0;" parent="1" target="Yid5siqUeThbqoJiRsRe-4" edge="1">
          <mxGeometry width="50" height="50" relative="1" as="geometry">
            <Array as="points">
              <mxPoint x="120" y="670" />
            </Array>
            <mxPoint x="120" y="380" as="sourcePoint" />
            <mxPoint x="811" y="557.0000000000005" as="targetPoint" />
          </mxGeometry>
        </mxCell>
-         <mxCell id="iEiikB1BtihOXbAwp5xS-24" style="edgeStyle=none;curved=1;rounded=0;orthogonalLoop=1;jettySize=auto;html=1;fontSize=14;startSize=8;endSize=8;" parent="1" edge="1">
+         <mxCell id="iEiikB1BtihOXbAwp5xS-24" style="edgeStyle=none;curved=1;rounded=0;orthogonalLoop=1;jettySize=auto;html=1;fontSize=15;startSize=8;endSize=8;" parent="1" edge="1">
          <mxGeometry relative="1" as="geometry">
            <mxPoint x="-10" y="380" as="sourcePoint" />
            <mxPoint x="440" y="380" as="targetPoint" />
          </mxGeometry>
        </mxCell>
-         <mxCell id="iEiikB1BtihOXbAwp5xS-25" value="Профиль конфигурации анализа" style="edgeLabel;html=1;align=center;verticalAlign=middle;resizable=0;points=[];fontSize=14;" parent="iEiikB1BtihOXbAwp5xS-24" connectable="0" vertex="1">
+         <mxCell id="iEiikB1BtihOXbAwp5xS-25" value="Профиль конфигурации анализа" style="edgeLabel;html=1;align=center;verticalAlign=middle;resizable=0;points=[];fontSize=15;" parent="iEiikB1BtihOXbAwp5xS-24" connectable="0" vertex="1">
          <mxGeometry x="-0.1977" relative="1" as="geometry">
-             <mxPoint x="-291" as="offset" />
-           </mxGeometry>
-         </mxCell>
-         <mxCell id="Yid5siqUeThbqoJiRsRe-4" value="Интерпретация результатов и формирование отчета" style="rounded=0;whiteSpace=wrap;html=1;fontSize=14;" parent="1" vertex="1">
+             <mxPoint x="-221" y="-10" as="offset" />
+           </mxGeometry>
+         </mxCell>
+         <mxCell id="Yid5siqUeThbqoJiRsRe-4" value="Интерпретация результатов и формирование отчета" style="rounded=0;whiteSpace=wrap;html=1;fontSize=15;" parent="1" vertex="1">
          <mxGeometry x="969" y="570" width="184.6153846153846" height="118.28571428571428" as="geometry" />
        </mxCell>
-         <mxCell id="QJgxYdJG31bt_WDNX99F-12" value="&lt;div style=&quot;line-height: 90%;&quot;&gt;&lt;font&gt;A 4&lt;/font&gt;&lt;/div&gt;" style="text;html=1;align=center;verticalAlign=middle;resizable=0;points=[];autosize=1;strokeColor=none;fillColor=none;fontSize=14;" parent="1" vertex="1">
-           <mxGeometry x="1120.0015384615388" y="663.2842857142857" width="40" height="30" as="geometry" />
-         </mxCell>
-         <mxCell id="Yf0Mh0zqRUOY2MEJyVM7-7" value="" style="endArrow=classic;html=1;rounded=0;fontSize=14;startSize=8;endSize=8;entryX=0.145;entryY=1.021;entryDx=0;entryDy=0;entryPerimeter=0;" parent="1" edge="1">
+         <mxCell id="QJgxYdJG31bt_WDNX99F-12" value="&lt;div style=&quot;line-height: 90%;&quot;&gt;&lt;font&gt;A 4&lt;/font&gt;&lt;/div&gt;" style="text;html=1;align=center;verticalAlign=middle;resizable=0;points=[];autosize=1;strokeColor=none;fillColor=none;fontSize=15;" parent="1" vertex="1">
+           <mxGeometry x="1115.0015384615388" y="663.2842857142857" width="50" height="30" as="geometry" />
+         </mxCell>
+         <mxCell id="Yf0Mh0zqRUOY2MEJyVM7-7" value="" style="endArrow=classic;html=1;rounded=0;fontSize=13;startSize=8;endSize=8;entryX=0.145;entryY=1.021;entryDx=0;entryDy=0;entryPerimeter=0;" parent="1" edge="1">
          <mxGeometry width="50" height="50" relative="1" as="geometry">
            <Array as="points">
              <mxPoint x="230" y="542" />
            </Array>
            <mxPoint x="230" y="800" as="sourcePoint" />
            <mxPoint x="230.19999999999982" y="282" as="targetPoint" />
          </mxGeometry>
        </mxCell>
        <mxCell id="Yf0Mh0zqRUOY2MEJyVM7-8" value="&lt;div&gt;Аудиопоток&lt;/div&gt;" style="edgeLabel;html=1;align=center;verticalAlign=middle;resizable=0;points=[];fontSize=14;rotation=0;" parent="Yf0Mh0zqRUOY2MEJyVM7-7" connectable="0" vertex="1">
          <mxGeometry x="-0.0971" y="-1" relative="1" as="geometry">
            <mxPoint x="-31" y="244" as="offset" />
          </mxGeometry>
        </mxCell>
-         <mxCell id="UkRVol7JUc5uUr0wyebE-6" style="edgeStyle=none;curved=1;rounded=0;orthogonalLoop=1;jettySize=auto;html=1;entryX=0;entryY=0.5;entryDx=0;entryDy=0;fontSize=14;startSize=8;endSize=8;" parent="1" source="Yid5siqUeThbqoJiRsRe-1" edge="1">
+         <mxCell id="UkRVol7JUc5uUr0wyebE-6" style="edgeStyle=none;curved=1;rounded=0;orthogonalLoop=1;jettySize=auto;html=1;entryX=0;entryY=0.5;entryDx=0;entryDy=0;fontSize=15;startSize=8;endSize=8;" parent="1" source="Yid5siqUeThbqoJiRsRe-1" edge="1">
          <mxGeometry relative="1" as="geometry">
            <mxPoint x="120" y="252" as="sourcePoint" />
            <mxPoint x="240" y="252.00000000000023" as="targetPoint" />
          </mxGeometry>
        </mxCell>
-         <mxCell id="7suAvj7ZXvHprjDaOKCh-10" value="" style="endArrow=classic;html=1;rounded=0;fontSize=14;startSize=8;endSize=8;curved=1;entryX=0.162;entryY=-0.005;entryDx=0;entryDy=0;entryPerimeter=0;" parent="1" edge="1">
+         <mxCell id="7suAvj7ZXvHprjDaOKCh-10" value="" style="endArrow=classic;html=1;rounded=0;fontSize=15;startSize=8;endSize=8;curved=1;entryX=0.162;entryY=-0.005;entryDx=0;entryDy=0;entryPerimeter=0;" parent="1" edge="1">
          <mxGeometry width="50" height="50" relative="1" as="geometry">
            <mxPoint x="170.08" y="0.61" as="sourcePoint" />
            <mxPoint x="170.00000000000009" y="159.9999999999999" as="targetPoint" />
          </mxGeometry>
        </mxCell>
-         <mxCell id="7suAvj7ZXvHprjDaOKCh-11" value="Закон&amp;nbsp;&lt;div&gt;о перс. данных&lt;/div&gt;" style="edgeLabel;html=1;align=center;verticalAlign=middle;resizable=0;points=[];fontSize=14;rotation=0;" parent="7suAvj7ZXvHprjDaOKCh-10" connectable="0" vertex="1">
+         <mxCell id="7suAvj7ZXvHprjDaOKCh-11" value="Закон&amp;nbsp;&lt;div&gt;о перс. данных&lt;/div&gt;" style="edgeLabel;html=1;align=center;verticalAlign=middle;resizable=0;points=[];fontSize=15;rotation=0;" parent="7suAvj7ZXvHprjDaOKCh-10" connectable="0" vertex="1">
          <mxGeometry x="-0.0971" y="-1" relative="1" as="geometry">
            <mxPoint x="-29" y="-92" as="offset" />
          </mxGeometry>
        </mxCell>
-         <mxCell id="7suAvj7ZXvHprjDaOKCh-12" value="" style="endArrow=classic;html=1;rounded=0;fontSize=14;startSize=8;endSize=8;curved=0;entryX=0.489;entryY=0.038;entryDx=0;entryDy=0;entryPerimeter=0;" parent="1" edge="1">
+         <mxCell id="7suAvj7ZXvHprjDaOKCh-12" value="" style="endArrow=classic;html=1;rounded=0;fontSize=15;startSize=8;endSize=8;curved=0;entryX=0.489;entryY=0.038;entryDx=0;entryDy=0;entryPerimeter=0;" parent="1" edge="1">
          <mxGeometry width="50" height="50" relative="1" as="geometry">
            <mxPoint x="349.66" as="sourcePoint" />
            <mxPoint x="349.65999999999985" y="159.99999999999974" as="targetPoint" />
          </mxGeometry>
        </mxCell>
-         <mxCell id="7suAvj7ZXvHprjDaOKCh-13" value="Закон&amp;nbsp;&lt;div&gt;о хранении данных&lt;/div&gt;" style="edgeLabel;html=1;align=center;verticalAlign=middle;resizable=0;points=[];fontSize=14;rotation=0;" parent="7suAvj7ZXvHprjDaOKCh-12" connectable="0" vertex="1">
+         <mxCell id="7suAvj7ZXvHprjDaOKCh-13" value="Закон&amp;nbsp;&lt;div&gt;о хранении данных&lt;/div&gt;" style="edgeLabel;html=1;align=center;verticalAlign=middle;resizable=0;points=[];fontSize=15;rotation=0;" parent="7suAvj7ZXvHprjDaOKCh-12" connectable="0" vertex="1">
          <mxGeometry x="-0.0971" y="-1" relative="1" as="geometry">
            <mxPoint x="31" y="-92" as="offset" />
          </mxGeometry>
        </mxCell>
-         <mxCell id="iksAVSKXa43QcUWoRBJd-1" style="edgeStyle=orthogonalEdgeStyle;rounded=0;orthogonalLoop=1;jettySize=auto;html=1;exitX=0.5;exitY=0;exitDx=0;exitDy=0;entryX=0.493;entryY=-0.016;entryDx=0;entryDy=0;entryPerimeter=0;fontSize=14;" parent="1" source="Yid5siqUeThbqoJiRsRe-1" target="Yid5siqUeThbqoJiRsRe-1" edge="1">
+         <mxCell id="iksAVSKXa43QcUWoRBJd-1" style="edgeStyle=orthogonalEdgeStyle;rounded=0;orthogonalLoop=1;jettySize=auto;html=1;exitX=0.5;exitY=0;exitDx=0;exitDy=0;entryX=0.493;entryY=-0.016;entryDx=0;entryDy=0;entryPerimeter=0;fontSize=15;" parent="1" source="Yid5siqUeThbqoJiRsRe-1" target="Yid5siqUeThbqoJiRsRe-1" edge="1">
          <mxGeometry relative="1" as="geometry" />
        </mxCell>
-         <mxCell id="iksAVSKXa43QcUWoRBJd-2" value="" style="edgeStyle=none;curved=1;rounded=0;orthogonalLoop=1;jettySize=auto;html=1;fontSize=14;startSize=8;endSize=8;" parent="1" edge="1">
+         <mxCell id="iksAVSKXa43QcUWoRBJd-2" value="" style="edgeStyle=none;curved=1;rounded=0;orthogonalLoop=1;jettySize=auto;html=1;fontSize=15;startSize=8;endSize=8;" parent="1" edge="1">
          <mxGeometry relative="1" as="geometry">
            <Array as="points">
              <mxPoint x="141.8" y="250.20000000000005" />
            </Array>
            <mxPoint y="250" as="sourcePoint" />
            <mxPoint x="150" y="250" as="targetPoint" />
          </mxGeometry>
        </mxCell>
-         <mxCell id="iksAVSKXa43QcUWoRBJd-3" value="&lt;font&gt;Список участников&lt;/font&gt;" style="edgeLabel;html=1;align=center;verticalAlign=middle;resizable=0;points=[];fontSize=14;" parent="iksAVSKXa43QcUWoRBJd-2" connectable="0" vertex="1">
+         <mxCell id="iksAVSKXa43QcUWoRBJd-3" value="&lt;font&gt;Список участников&lt;/font&gt;" style="edgeLabel;html=1;align=center;verticalAlign=middle;resizable=0;points=[];fontSize=15;" parent="iksAVSKXa43QcUWoRBJd-2" connectable="0" vertex="1">
          <mxGeometry x="-0.1977" relative="1" as="geometry">
            <mxPoint x="-120" y="-1" as="offset" />
          </mxGeometry>
        </mxCell>
-         <mxCell id="Yid5siqUeThbqoJiRsRe-1" value="Проведение сессии" style="rounded=0;whiteSpace=wrap;html=1;fontSize=14;" parent="1" vertex="1">
+         <mxCell id="Yid5siqUeThbqoJiRsRe-1" value="Проведение сессии" style="rounded=0;whiteSpace=wrap;html=1;fontSize=15;" parent="1" vertex="1">
          <mxGeometry x="150" y="160" width="210" height="122" as="geometry" />
        </mxCell>
-         <mxCell id="QJgxYdJG31bt_WDNX99F-8" value="&lt;div style=&quot;line-height: 90%;&quot;&gt;&lt;font&gt;A 1&lt;/font&gt;&lt;/div&gt;" style="text;html=1;align=center;verticalAlign=middle;resizable=0;points=[];autosize=1;strokeColor=none;fillColor=none;fontSize=14;" parent="1" vertex="1">
-           <mxGeometry x="320" y="252" width="40" height="30" as="geometry" />
-         </mxCell>
-         <mxCell id="iEiikB1BtihOXbAwp5xS-4" value="" style="edgeStyle=none;curved=1;rounded=0;orthogonalLoop=1;jettySize=auto;html=1;fontSize=14;startSize=8;endSize=8;" parent="1" edge="1">
+         <mxCell id="QJgxYdJG31bt_WDNX99F-8" value="&lt;div style=&quot;line-height: 90%;&quot;&gt;&lt;font&gt;A 1&lt;/font&gt;&lt;/div&gt;" style="text;html=1;align=center;verticalAlign=middle;resizable=0;points=[];autosize=1;strokeColor=none;fillColor=none;fontSize=15;" parent="1" vertex="1">
+           <mxGeometry x="315" y="252" width="50" height="30" as="geometry" />
+         </mxCell>
+         <mxCell id="iEiikB1BtihOXbAwp5xS-4" value="" style="edgeStyle=none;curved=1;rounded=0;orthogonalLoop=1;jettySize=auto;html=1;fontSize=15;startSize=8;endSize=8;" parent="1" edge="1">
          <mxGeometry relative="1" as="geometry">
            <mxPoint y="200" as="sourcePoint" />
            <mxPoint x="150" y="200" as="targetPoint" />
          </mxGeometry>
        </mxCell>
-         <mxCell id="iEiikB1BtihOXbAwp5xS-26" value="&lt;span&gt;Пользовательский запрос&lt;/span&gt;" style="edgeLabel;html=1;align=center;verticalAlign=middle;resizable=0;points=[];fontSize=14;" parent="iEiikB1BtihOXbAwp5xS-4" connectable="0" vertex="1">
+         <mxCell id="iEiikB1BtihOXbAwp5xS-26" value="&lt;span&gt;Пользовательский запрос&lt;/span&gt;" style="edgeLabel;html=1;align=center;verticalAlign=middle;resizable=0;points=[];fontSize=15;" parent="iEiikB1BtihOXbAwp5xS-4" connectable="0" vertex="1">
          <mxGeometry x="-0.9132" y="-2" relative="1" as="geometry">
            <mxPoint x="-79" y="-2" as="offset" />
          </mxGeometry>
        </mxCell>
-         <mxCell id="iEiikB1BtihOXbAwp5xS-32" value="" style="endArrow=classic;html=1;rounded=0;fontSize=14;startSize=8;endSize=8;curved=1;entryX=0.162;entryY=-0.005;entryDx=0;entryDy=0;entryPerimeter=0;" parent="1" edge="1">
+         <mxCell id="iEiikB1BtihOXbAwp5xS-32" value="" style="endArrow=classic;html=1;rounded=0;fontSize=15;startSize=8;endSize=8;curved=1;entryX=0.162;entryY=-0.005;entryDx=0;entryDy=0;entryPerimeter=0;" parent="1" edge="1">
          <mxGeometry width="50" height="50" relative="1" as="geometry">
            <mxPoint x="260" as="sourcePoint" />
            <mxPoint x="260" y="159" as="targetPoint" />
          </mxGeometry>
        </mxCell>
-         <mxCell id="iEiikB1BtihOXbAwp5xS-33" value="Согласие&lt;div&gt;на захват медиа&lt;/div&gt;" style="edgeLabel;html=1;align=center;verticalAlign=middle;resizable=0;points=[];fontSize=14;rotation=0;" parent="iEiikB1BtihOXbAwp5xS-32" connectable="0" vertex="1">
+         <mxCell id="iEiikB1BtihOXbAwp5xS-33" value="Согласие&lt;div&gt;на захват медиа&lt;/div&gt;" style="edgeLabel;html=1;align=center;verticalAlign=middle;resizable=0;points=[];fontSize=15;rotation=0;" parent="iEiikB1BtihOXbAwp5xS-32" connectable="0" vertex="1">
          <mxGeometry x="-0.0971" y="-1" relative="1" as="geometry">
            <mxPoint x="-4" y="-93" as="offset" />
          </mxGeometry>
        </mxCell>
      </root>
    </mxGraphModel>
  </diagram>
</mxfile>
